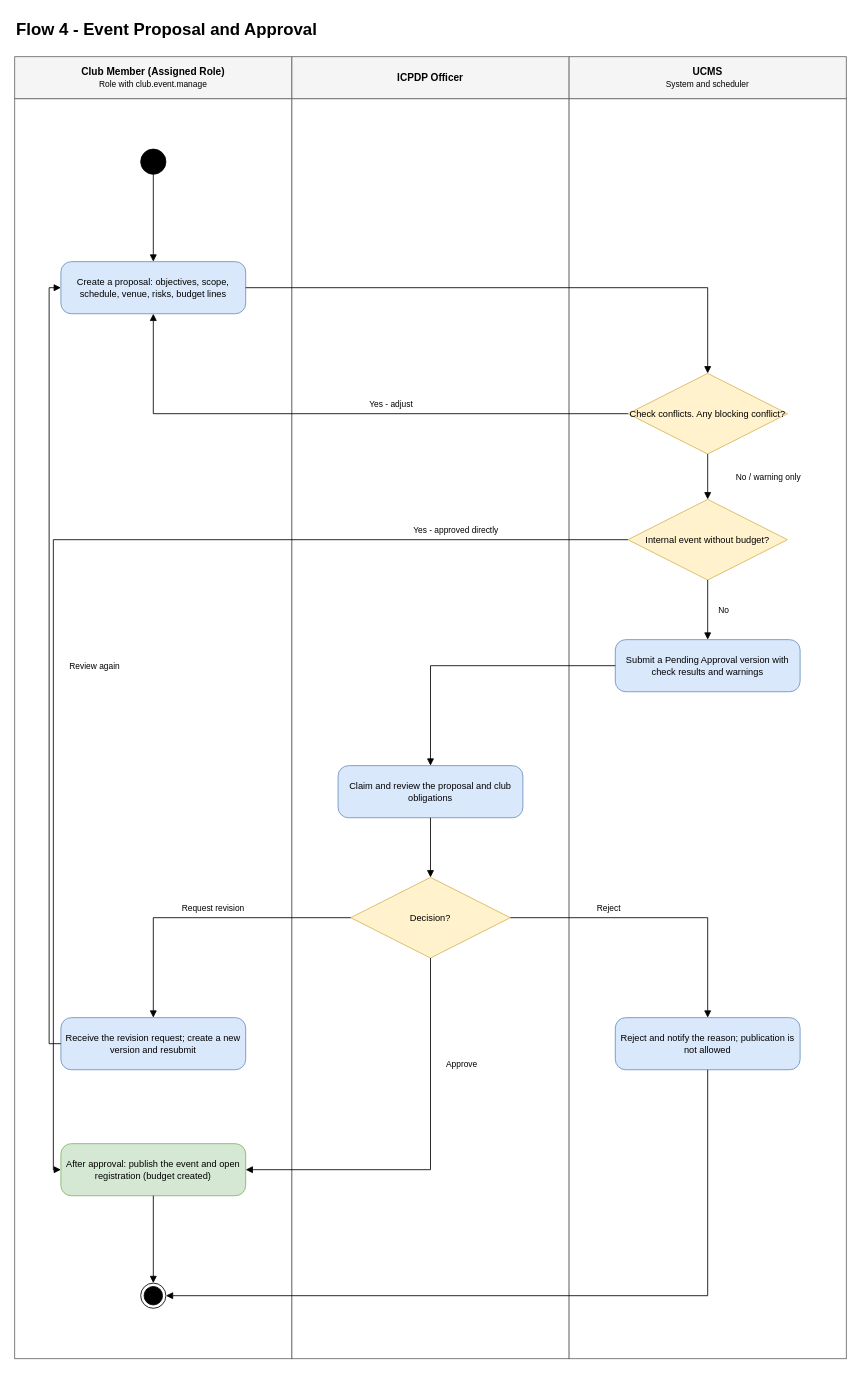
nvdekay/ClubManagementSystem keeps this draw.io diagram as page "04 Event Proposal" (4 of 14) of docs/03-diagrams/UCMS_Swimlane_Flows.drawio. Above is the earlier version. Source tidied: cells renumbered, new cells numbered last; positions are measured from the earlier drawing's top-left corner, leaving out a move shared by most shapes. Both pictures are drawn from the tidied source at 84%, with x=0, y=0 at pixel (14, 14).
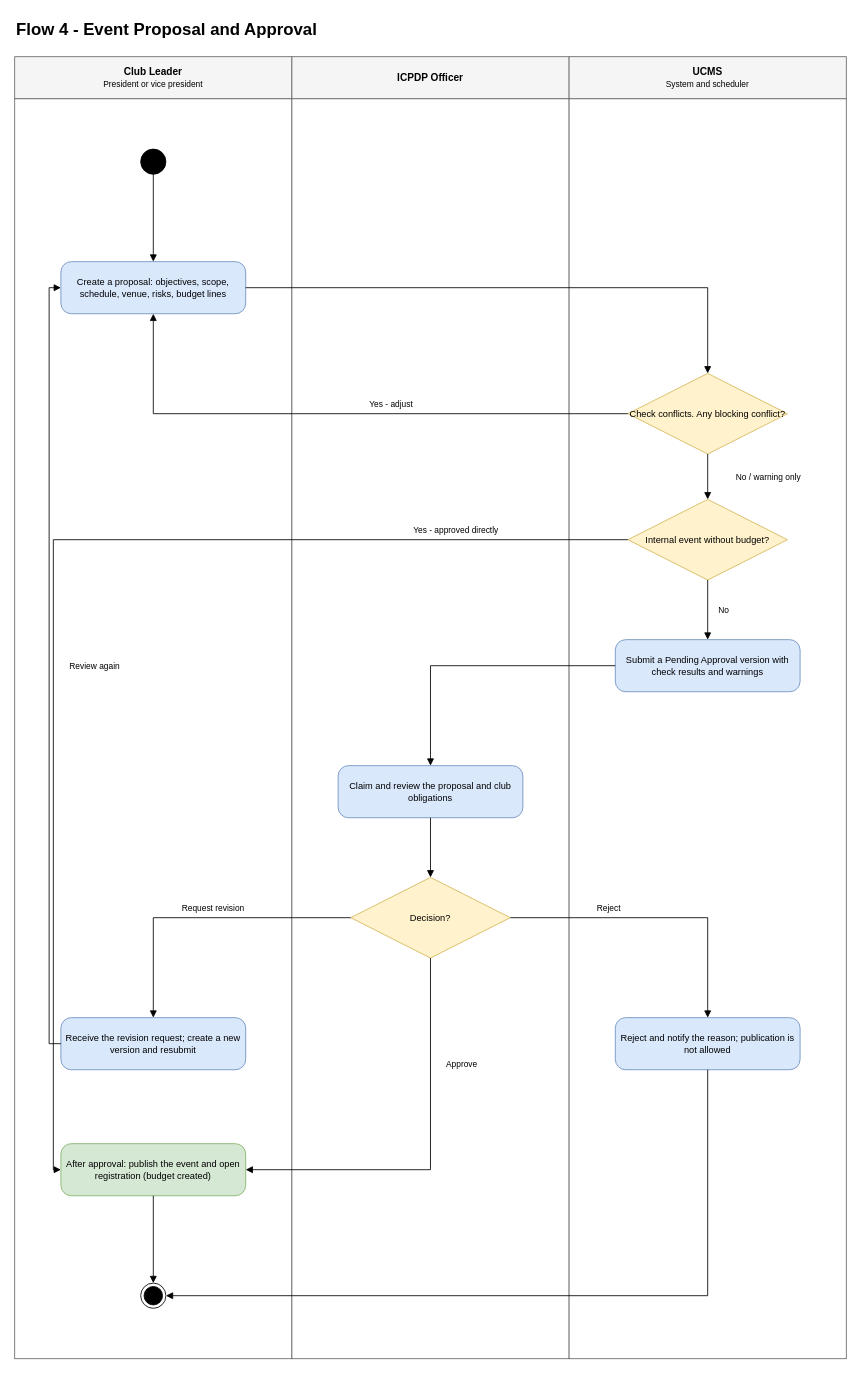
Above is the later version.

What changed in the source:
```diff
@@
-    <mxCell id="4" value="&lt;b&gt;Club Member (Assigned Role)&lt;/b&gt;&lt;br&gt;&lt;span style=&quot;font-size:10px;font-weight:normal;&quot;&gt;Role with club.event.manage&lt;/span&gt;" style="rounded=0;whiteSpace=wrap;html=1;fillColor=#f5f5f5;strokeColor=#666666;fontSize=12;" parent="1" vertex="1">
+    <mxCell id="4" value="&lt;b&gt;Club Leader&lt;/b&gt;&lt;br&gt;&lt;span style=&quot;font-size:10px;font-weight:normal;&quot;&gt;President or vice president&lt;/span&gt;" style="rounded=0;whiteSpace=wrap;html=1;fillColor=#f5f5f5;strokeColor=#666666;fontSize=12;" parent="1" vertex="1">
       <mxGeometry y="50" width="330" height="50" as="geometry" />
     </mxCell>
```
